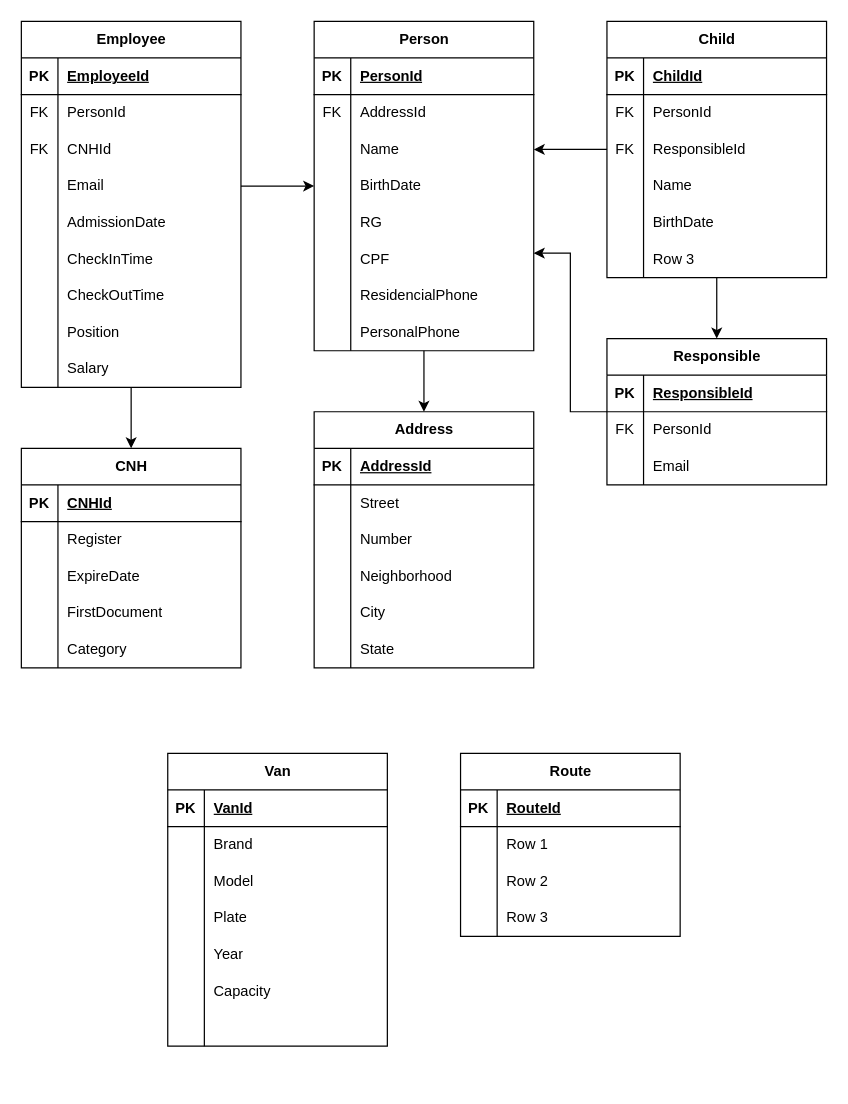
Earlier version of the draw.io diagram SchoolTrack/SchoolTrack.drawio (JoviOakz/SchoolTrack). Source tidied: cells renumbered, new cells numbered last; positions are measured from the earlier drawing's top-left corner, leaving out a move shared by most shapes. Both pictures are drawn from the tidied source at 122%, with x=0, y=0 at pixel (21, 21).
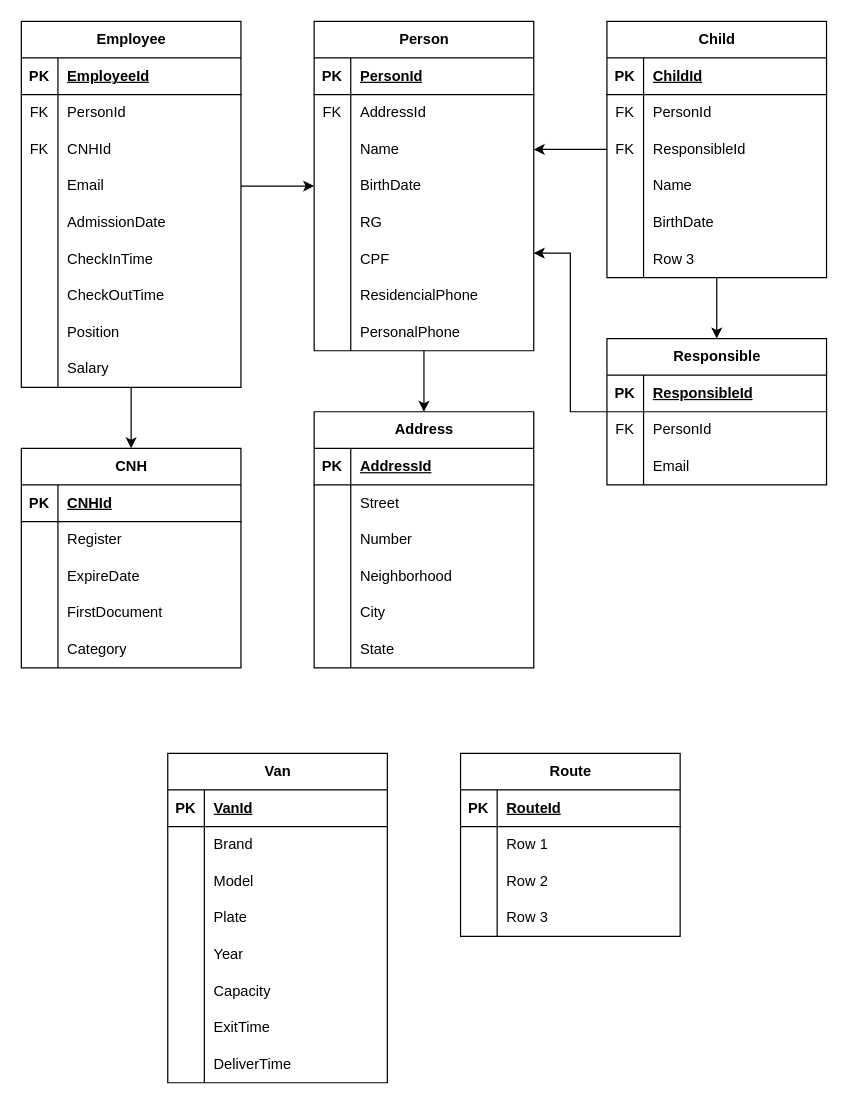
After the change.

The change refers to these unchanged cells:
```xml
<mxCell id="144" style="shape=tableRow;horizontal=0;startSize=0;swimlaneHead=0;swimlaneBody=0;fillColor=none;top=0;left=0;right=0;bottom=0;" parent="125" vertex="1">
  <mxGeometry y="210" width="180" height="30" as="geometry" />
</mxCell>
```

Diff of the diagram source:
```diff
@@
     <mxCell id="125" value="Van" style="shape=table;startSize=30;childLayout=tableLayout;rowLines=0;fontStyle=1;align=center;html=1;" parent="1" vertex="1">
-      <mxGeometry x="120" y="600" width="180" height="240" as="geometry" />
+      <mxGeometry x="120" y="600" width="180" height="270" as="geometry" />
     </mxCell>
@@
-    <mxCell id="146" style="shape=partialRectangle;fillColor=none;top=0;left=0;bottom=0;right=0;align=left;spacingLeft=6;overflow=hidden;whiteSpace=wrap;html=1;" parent="144" vertex="1">
+    <mxCell id="146" value="ExitTime" style="shape=partialRectangle;fillColor=none;top=0;left=0;bottom=0;right=0;align=left;spacingLeft=6;overflow=hidden;whiteSpace=wrap;html=1;" parent="144" vertex="1">
       <mxGeometry x="30" width="150" height="30" as="geometry" />
     </mxCell>
+    <mxCell id="160" style="shape=tableRow;horizontal=0;startSize=0;swimlaneHead=0;swimlaneBody=0;fillColor=none;top=0;left=0;right=0;bottom=0;" parent="125" vertex="1">
+      <mxGeometry y="240" width="180" height="30" as="geometry" />
+    </mxCell>
+    <mxCell id="161" style="shape=partialRectangle;fillColor=none;top=0;left=0;bottom=0;right=0;overflow=hidden;whiteSpace=wrap;html=1;" parent="160" vertex="1">
+      <mxGeometry width="30" height="30" as="geometry" />
+    </mxCell>
+    <mxCell id="162" value="DeliverTime" style="shape=partialRectangle;fillColor=none;top=0;left=0;bottom=0;right=0;align=left;spacingLeft=6;overflow=hidden;whiteSpace=wrap;html=1;" parent="160" vertex="1">
+      <mxGeometry x="30" width="150" height="30" as="geometry" />
+    </mxCell>
```
